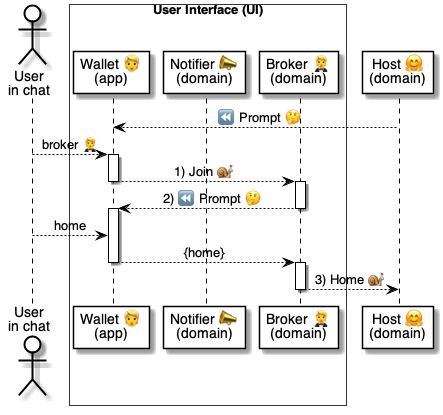
Above: 4 ⚙️ Solution/20 🧑‍🦰 UI/Wallets 🧑‍🦰/🧑‍🦰💬 Wallet chats/...in Chats 💬/Host home 💬🤵/🧑‍🦰 Host home ⚙️ uml.png in pollyweb-org/pollyweb-docs (PlantUML), before the change. Its source is kept beside it as 4 ⚙️ Solution/20 🧑‍🦰 UI/Wallets 🧑‍🦰/🧑‍🦰💬 Wallet chats/...in Chats 💬/Host home 💬🤵/🧑‍🦰 Host home ⚙️ uml.puml.
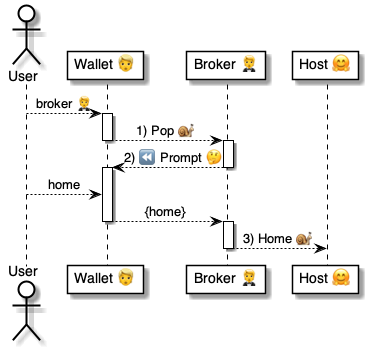
Later version of the same file.

What changed in the source:
```diff
@@ -1,20 +1,16 @@
 @startuml
 
-actor "User\nin chat" as user
+actor "User" as user
 
-box "User Interface (UI)"  #FFFFFF
-  participant "Wallet 👱\n(app)" as wallet
-  participant "Notifier 📣\n(domain)" as notifier
-  participant "Broker 🤵\n(domain)" as broker
-end box
+  participant "Wallet 👱" as wallet
+  participant "Broker 🤵" as broker
 
-participant "Host 🤗\n(domain)" as host
+participant "Host 🤗" as host
 
-host --> wallet: ⏪ Prompt 🤔
 
 user --> wallet: broker 🤵
 activate wallet
-    wallet --> broker: 1) Join 🐌
+    wallet --> broker: 1) Pop 🐌
 deactivate wallet
 
 activate broker
```
